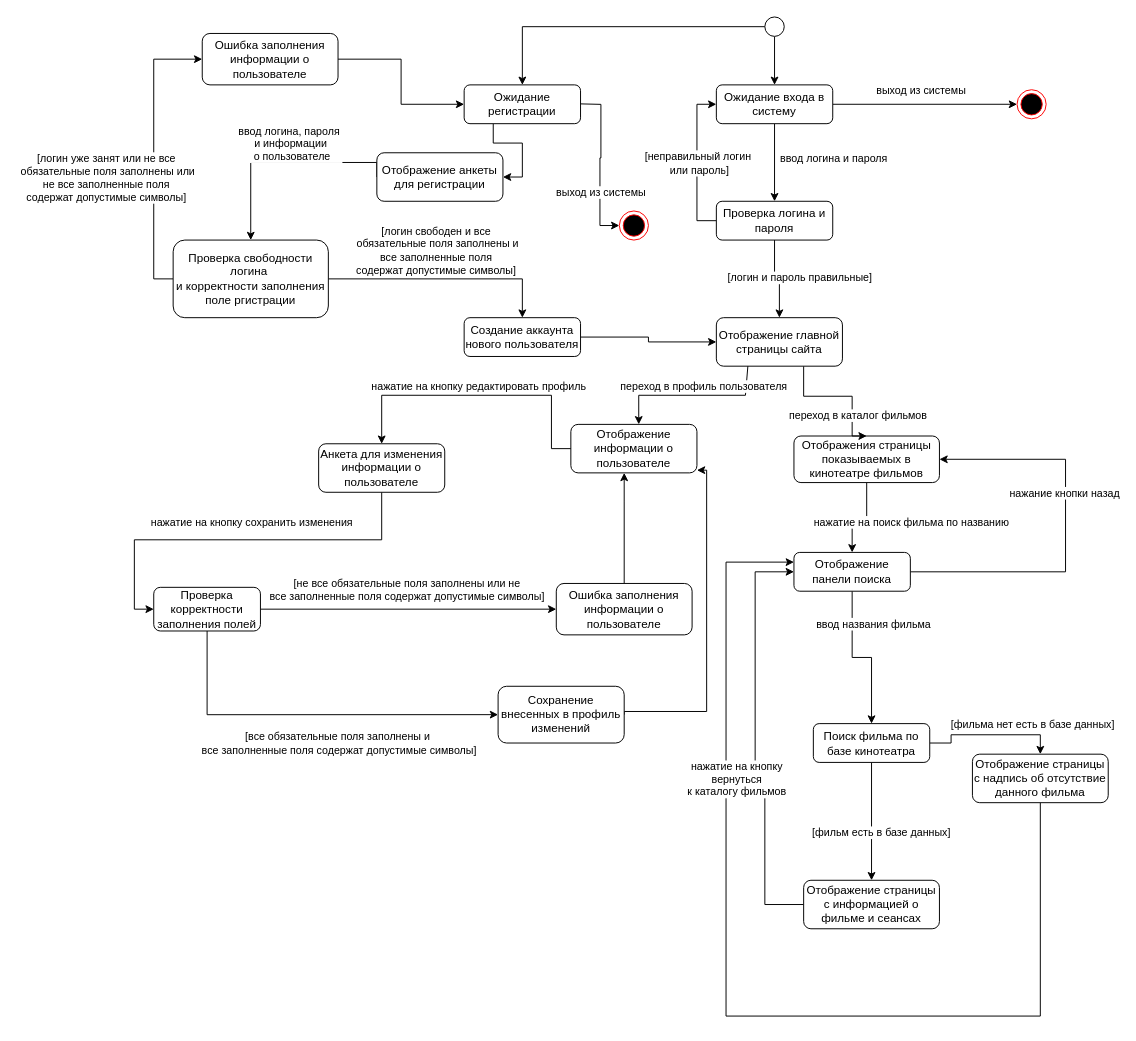
Above: Диаграмма_автоматов.drawio in adchvanova-new/UML (draw.io), before the change. Source tidied: cells renumbered, new cells numbered last; positions are measured from the earlier drawing's top-left corner, leaving out a move shared by most shapes. Both pictures are drawn from the tidied source at 97%, with x=0, y=0 at pixel (153, 16).
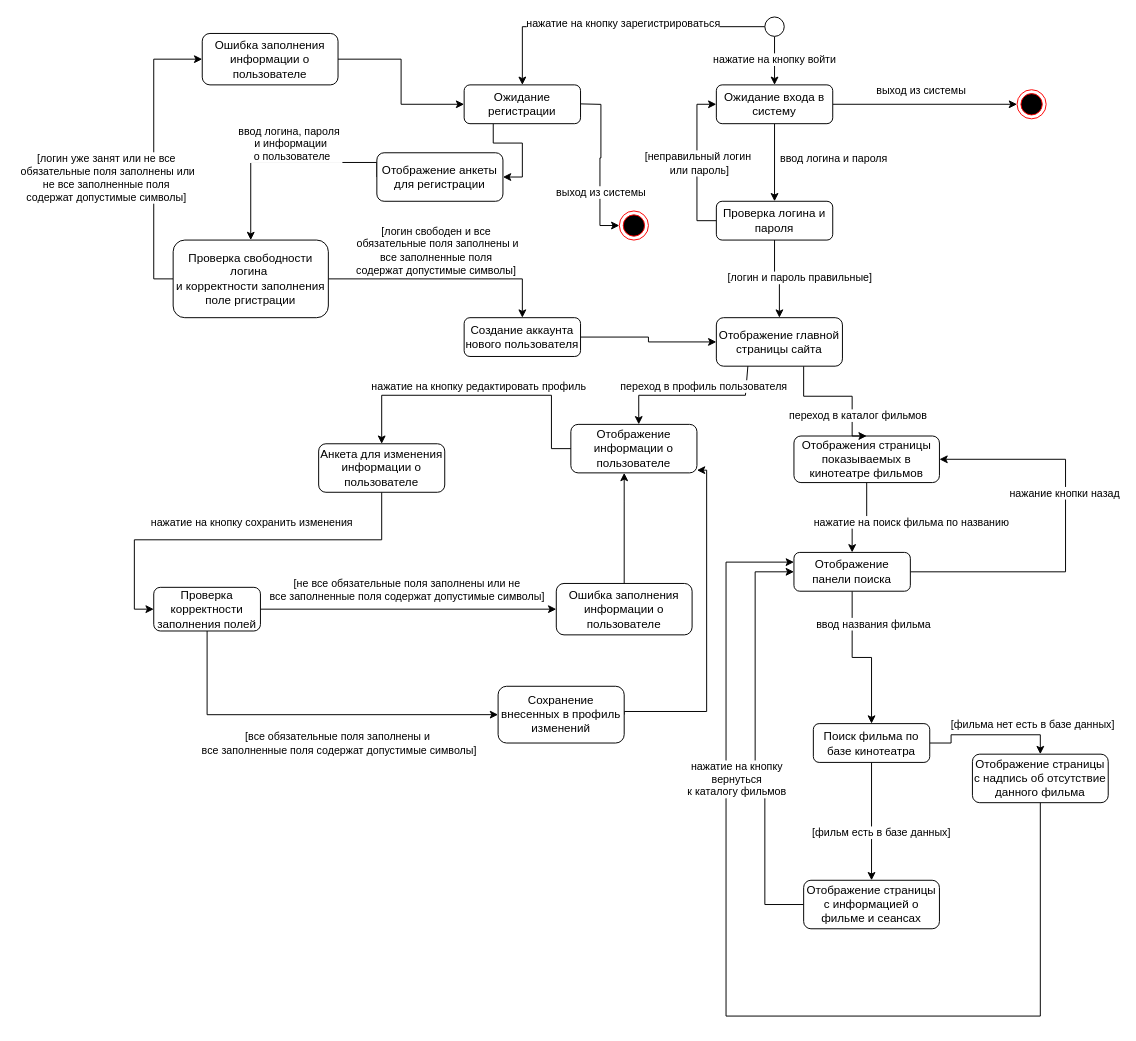
After the change.

Unchanged cells that the change refers to:
```xml
<mxCell id="7" style="edgeStyle=orthogonalEdgeStyle;rounded=0;jettySize=auto;html=1;entryX=0.5;entryY=0;entryDx=0;entryDy=0;" parent="1" edge="1" source="9" target="6">
  <mxGeometry relative="1" as="geometry" />
</mxCell>
<mxCell id="8" style="edgeStyle=orthogonalEdgeStyle;rounded=0;jettySize=auto;html=1;entryX=0.5;entryY=0;entryDx=0;entryDy=0;" parent="1" edge="1" source="9" target="29">
  <mxGeometry relative="1" as="geometry" />
</mxCell>
```

Change to the diagram source:
```diff
@@
+    <mxCell id="72" value="нажатие на кнопку войти" style="edgeLabel;html=1;align=center;verticalAlign=middle;" parent="7" vertex="1">
+      <mxGeometry x="-0.07" y="-1" relative="1" as="geometry" />
+    </mxCell>
@@
+    <mxCell id="73" value="нажатие на кнопку зарегистрироваться" style="edgeLabel;html=1;align=center;verticalAlign=middle;" parent="8" vertex="1">
+      <mxGeometry x="-0.05" y="-4" relative="1" as="geometry" />
+    </mxCell>
```
